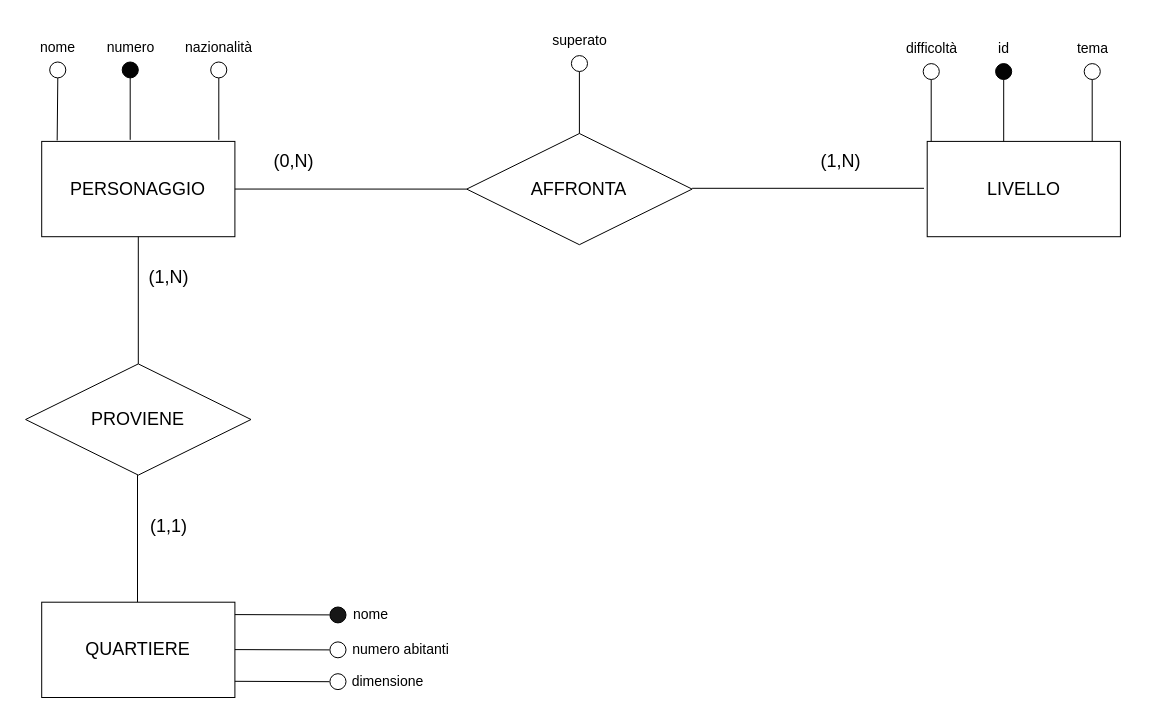
Earlier version of the draw.io diagram lezioni/database/materiale/esercizi/esercizi_database/esercizio2/soluzione_modello_concettuale.drawio (LeleCazza/LeleCazza.github.io). Source tidied: cells renumbered, new cells numbered last; positions are measured from the earlier drawing's top-left corner, leaving out a move shared by most shapes. Both pictures are drawn from the tidied source at 100%, with x=0, y=0 at pixel (17, 17).
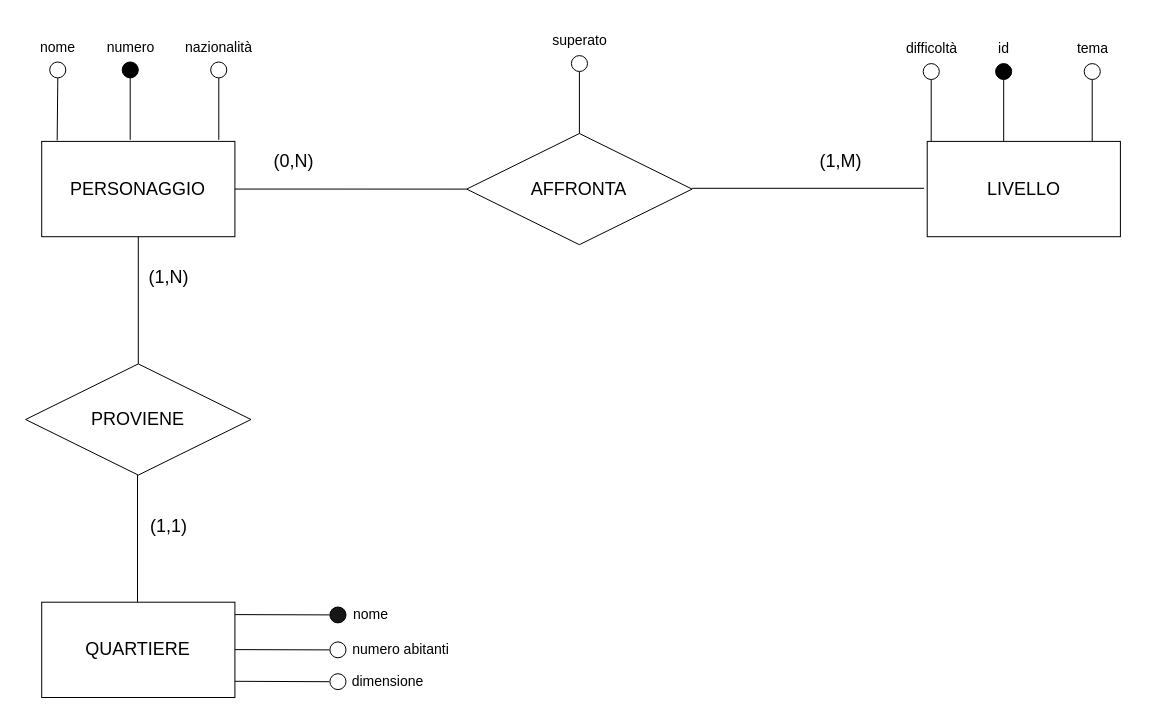
Above is the later version.

The change refers to these unchanged cells:
```xml
<mxCell id="2" style="group;" parent="1" vertex="1">
  <mxGeometry width="1115" height="688" as="geometry" />
</mxCell>
```

Diff of the diagram source:
```diff
@@
-    <mxCell id="44" value="&lt;font style=&quot;font-size: 18px;&quot;&gt;(1,N)&lt;/font&gt;" style="text;html=1;align=center;verticalAlign=middle;strokeColor=none;fillColor=none;" parent="2" vertex="1">
-      <mxGeometry x="793" y="123.9" width="60" height="40" as="geometry" />
+    <mxCell id="44" value="&lt;font style=&quot;font-size: 18px;&quot;&gt;(1,M)&lt;/font&gt;" style="text;html=1;align=center;verticalAlign=middle;strokeColor=none;fillColor=none;" parent="2" vertex="1">
+      <mxGeometry x="788" y="123.9" width="70" height="40" as="geometry" />
     </mxCell>
```
